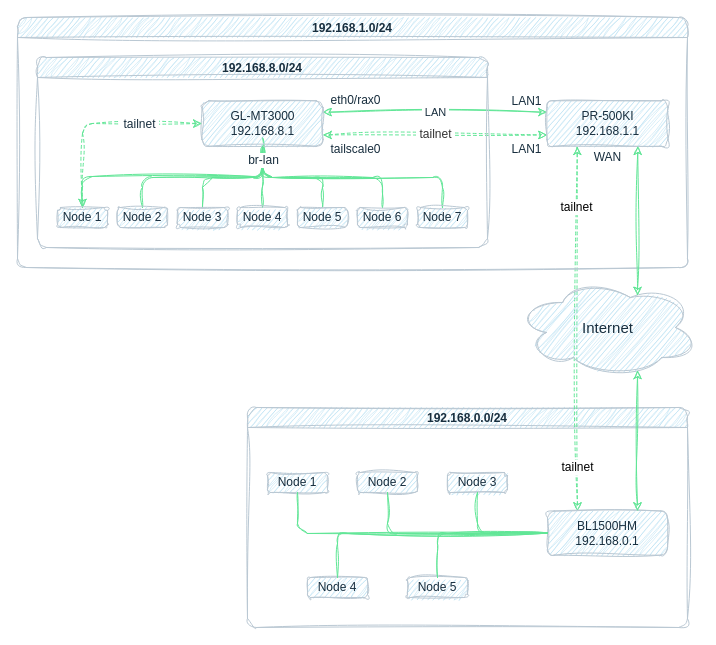
Before: ネットワーク構成図/GL-MT3000 NW論理構成図.drawio in virtualitypage/draw.io, a draw.io diagram. Source tidied: cells renumbered, new cells numbered last; positions are measured from the earlier drawing's top-left corner, leaving out a move shared by most shapes. Both pictures are drawn from the tidied source at 100%, with x=0, y=0 at pixel (17, 17).
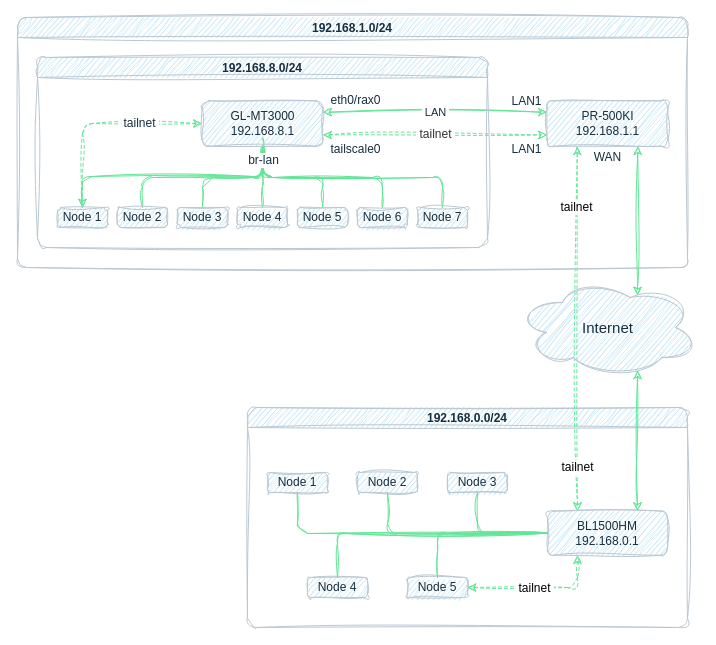
Above is the later version.

Commit message:
GL-MT3000 NW論理構成図.drawio を更新

Unchanged cells that the change refers to:
```xml
<mxCell id="12" style="edgeStyle=elbowEdgeStyle;elbow=vertical;sourcePerimeterSpacing=0;targetPerimeterSpacing=0;startArrow=classic;endArrow=classic;rounded=1;curved=0;entryX=0.5;entryY=0;entryDx=0;entryDy=0;startFill=1;endFill=1;dashed=1;exitX=0;exitY=0.5;exitDx=0;exitDy=0;labelBackgroundColor=none;fontColor=default;labelBorderColor=none;strokeColor=#60E696;sketch=1;curveFitting=1;jiggle=2;" parent="1" edge="1" source="26" target="29">
  <mxGeometry relative="1" as="geometry">
    <Array as="points">
      <mxPoint x="130" y="106" />
    </Array>
  </mxGeometry>
</mxCell>
```

What changed in the source:
```diff
@@
     <mxCell id="13" value="&lt;span style=&quot;text-wrap: wrap; text-align: left;&quot;&gt;&amp;nbsp;&lt;/span&gt;&lt;span style=&quot;text-wrap: wrap; text-align: left;&quot;&gt;tailnet&amp;nbsp;&lt;/span&gt;" style="edgeLabel;html=1;align=center;verticalAlign=middle;fontFamily=Helvetica;fontSize=12;labelBackgroundColor=default;labelBorderColor=none;rounded=1;fontColor=#182E3E;sketch=1;curveFitting=1;jiggle=2;" parent="12" vertex="1">
       <mxGeometry x="-0.27" relative="1" as="geometry">
-        <mxPoint x="11" as="offset" />
+        <mxPoint x="11" y="-1" as="offset" />
       </mxGeometry>
     </mxCell>
@@
+    <mxCell id="52" style="edgeStyle=elbowEdgeStyle;elbow=vertical;sourcePerimeterSpacing=0;targetPerimeterSpacing=0;startArrow=classic;endArrow=classic;rounded=1;curved=0;fontFamily=Helvetica;fontSize=12;fontColor=default;labelBackgroundColor=none;labelBorderColor=none;strokeColor=#60E696;exitX=0.25;exitY=1;exitDx=0;exitDy=0;entryX=1;entryY=0.5;entryDx=0;entryDy=0;dashed=1;startFill=1;endFill=1;sketch=1;curveFitting=1;jiggle=2;" parent="1" edge="1">
+      <mxGeometry relative="1" as="geometry">
+        <mxPoint x="560" y="537.7" as="sourcePoint" />
+        <mxPoint x="450" y="570" as="targetPoint" />
+        <Array as="points">
+          <mxPoint x="570" y="570" />
+        </Array>
+      </mxGeometry>
+    </mxCell>
+    <mxCell id="53" value="&lt;span style=&quot;font-size: 12px;&quot;&gt;&amp;nbsp;tailnet&amp;nbsp;&lt;/span&gt;" style="edgeLabel;html=1;align=center;verticalAlign=middle;sketch=1;curveFitting=1;jiggle=2;" parent="52" vertex="1">
+      <mxGeometry x="0.08" y="-1" relative="1" as="geometry">
+        <mxPoint x="1" y="1" as="offset" />
+      </mxGeometry>
+    </mxCell>
```
